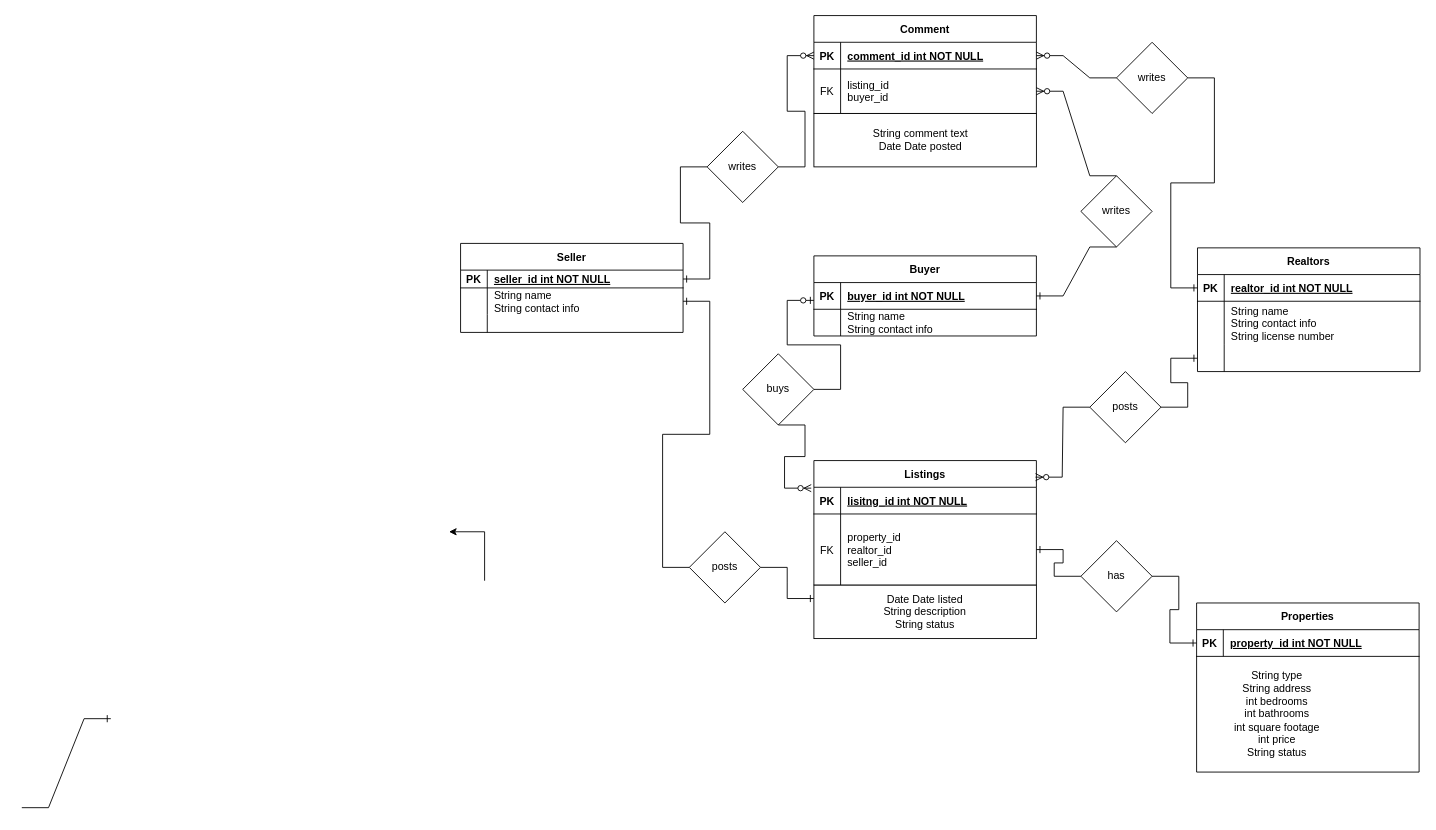
Alli-Garcia/ASE230-Company-website keeps this draw.io diagram as 02/A10_ASE230.drawio. Above is the earlier version. Source tidied: cells renumbered, new cells numbered last; positions are measured from the earlier drawing's top-left corner, leaving out a move shared by most shapes. Both pictures are drawn from the tidied source at 89%, with x=0, y=0 at pixel (21, -434).
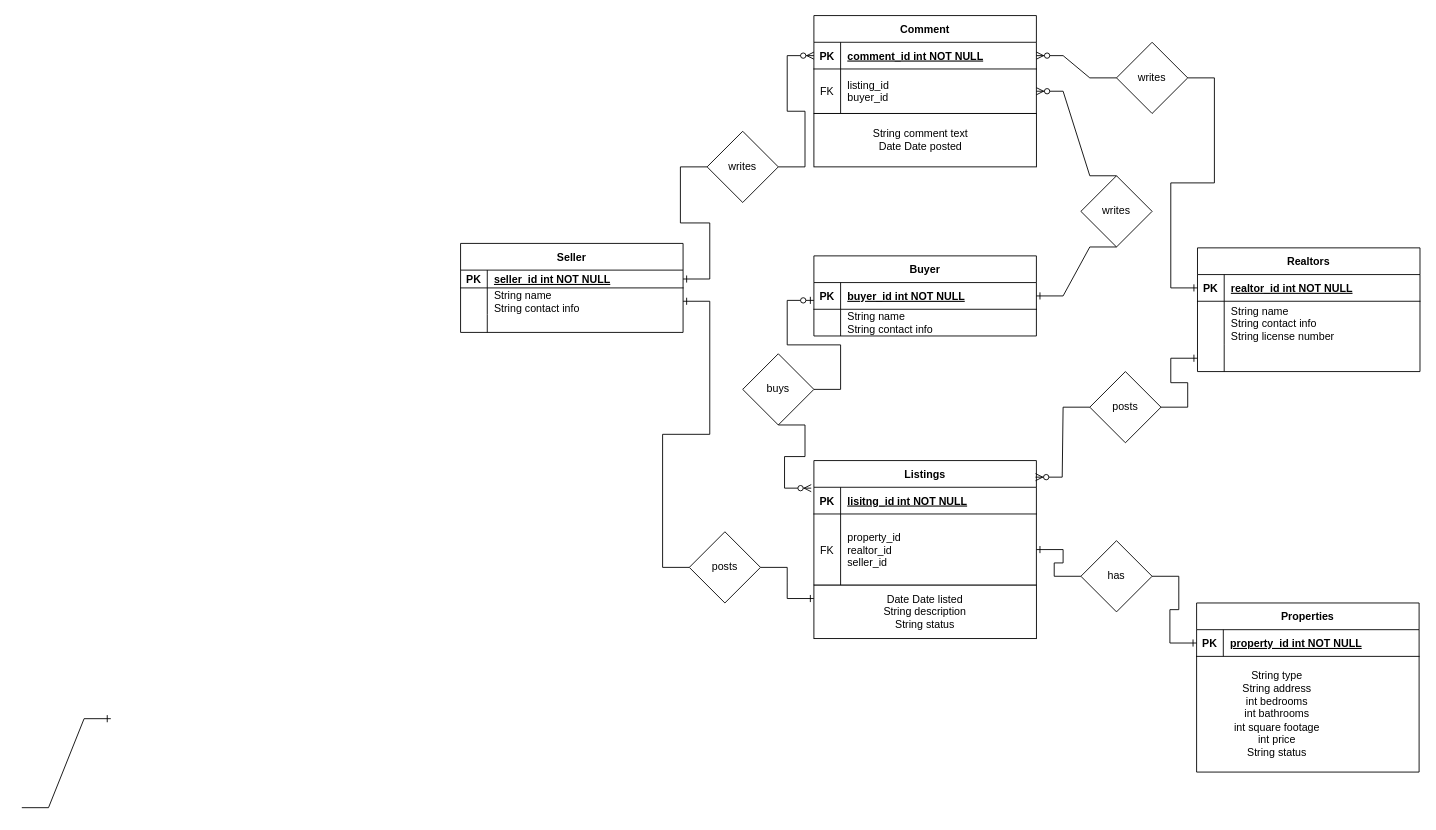
The same page after the edit.

Diff of the diagram source:
```diff
@@
-    <mxCell id="70" style="edgeStyle=orthogonalEdgeStyle;rounded=0;orthogonalLoop=1;jettySize=auto;html=1;exitX=0;exitY=0.5;exitDx=0;exitDy=0;" parent="1" edge="1">
-      <mxGeometry relative="1" as="geometry">
-        <mxPoint x="520" y="1140" as="sourcePoint" />
-        <mxPoint x="480" y="1085" as="targetPoint" />
-        <Array as="points">
-          <mxPoint x="520" y="1140" />
-          <mxPoint x="520" y="1140" />
-        </Array>
-      </mxGeometry>
-    </mxCell>
```
